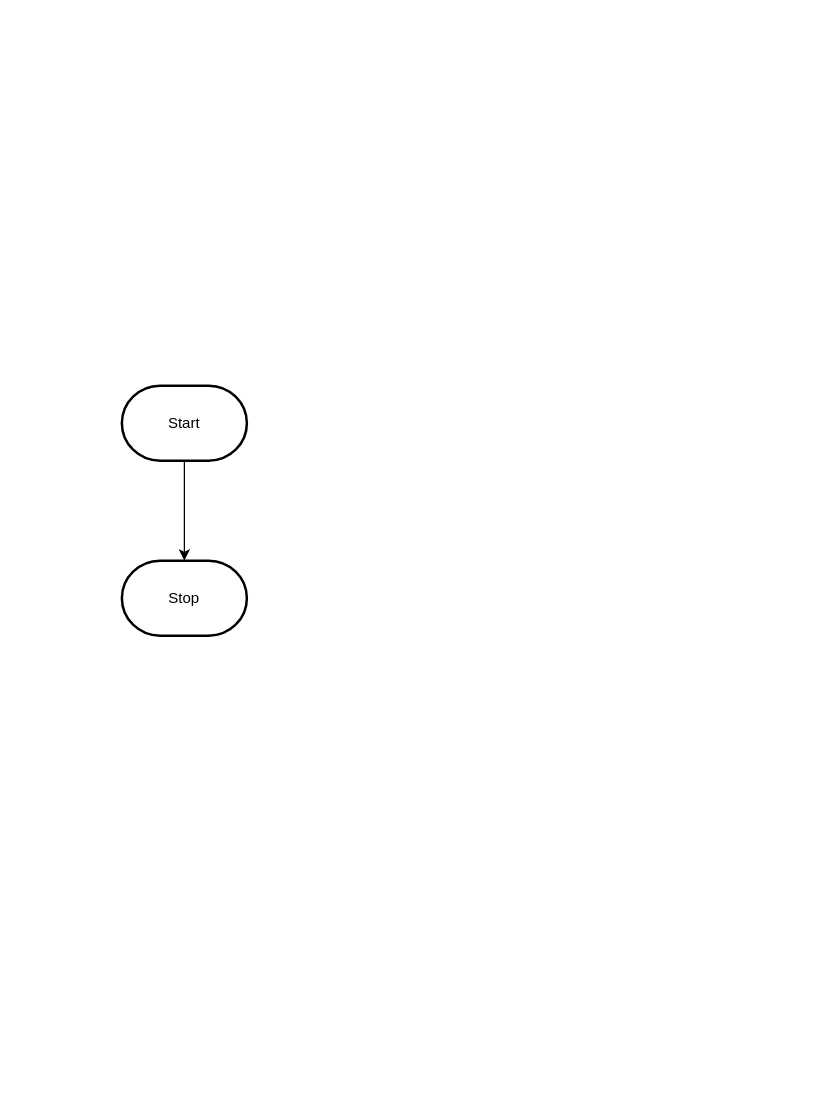
Earlier version of the draw.io diagram design/flowchart.drawio (MTHS-ICS2O-2-2022/ics2o---unit-5-05-alyssia-fung). Source tidied: cells renumbered, new cells numbered last; positions are measured from the earlier drawing's top-left corner, leaving out a move shared by most shapes. Both pictures are drawn from the tidied source at 125%, with x=0, y=0 at pixel (121, 385).
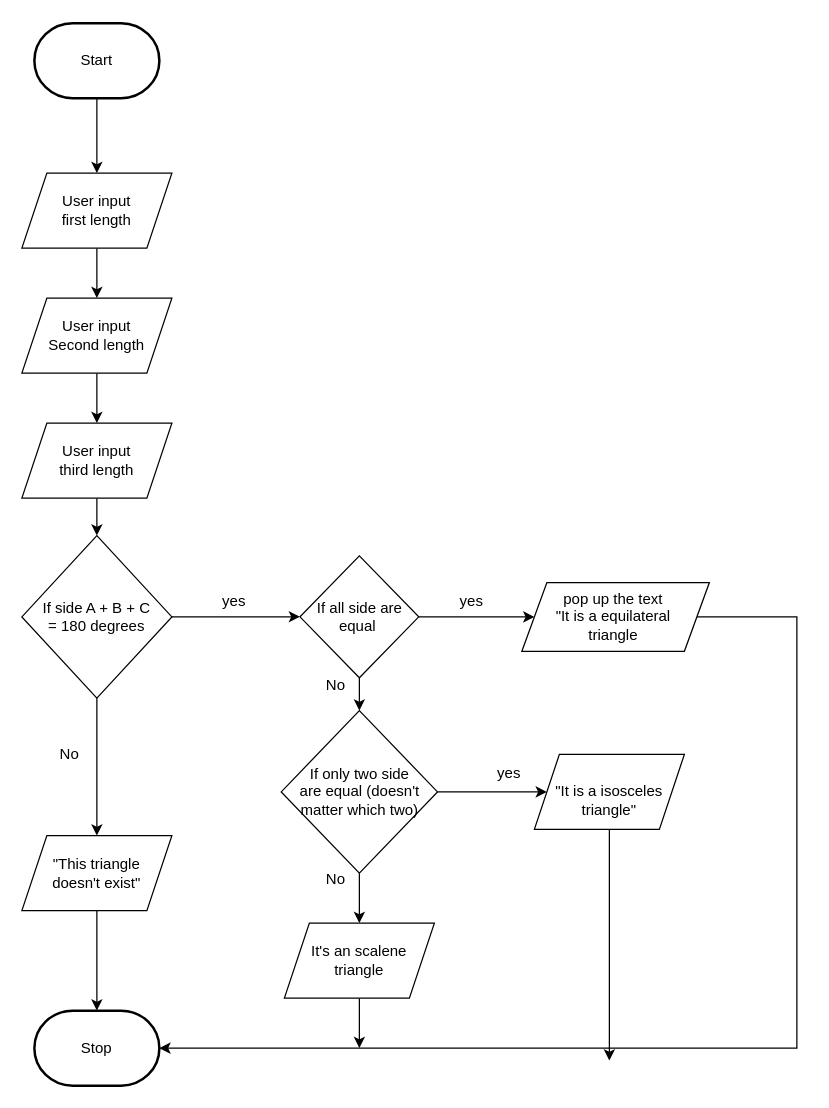
Above is the later version.

What changed in the source:
```diff
@@
-    <mxCell id="2" style="edgeStyle=orthogonalEdgeStyle;html=1;rounded=0;" parent="1" edge="1" source="3" target="4">
-      <mxGeometry relative="1" as="geometry" />
-    </mxCell>
+    <mxCell id="5" style="edgeStyle=none;html=1;" parent="1" edge="1" source="3" target="2">
+      <mxGeometry relative="1" as="geometry" />
+    </mxCell>
     <mxCell id="3" value="Start" style="strokeWidth=2;html=1;shape=mxgraph.flowchart.terminator;whiteSpace=wrap;" parent="1" vertex="1">
-      <mxGeometry width="100" height="60" as="geometry" />
+      <mxGeometry x="-70" y="-290" width="100" height="60" as="geometry" />
     </mxCell>
     <mxCell id="4" value="Stop" style="strokeWidth=2;html=1;shape=mxgraph.flowchart.terminator;whiteSpace=wrap;" parent="1" vertex="1">
-      <mxGeometry y="140" width="100" height="60" as="geometry" />
+      <mxGeometry x="-70" y="500" width="100" height="60" as="geometry" />
     </mxCell>
+    <mxCell id="6" style="edgeStyle=none;html=1;entryX=0.5;entryY=0;entryDx=0;entryDy=0;" parent="1" edge="1" source="2" target="8">
+      <mxGeometry relative="1" as="geometry" />
+    </mxCell>
+    <mxCell id="2" value="User input &lt;br&gt;first length" style="shape=parallelogram;perimeter=parallelogramPerimeter;whiteSpace=wrap;html=1;fixedSize=1;" parent="1" vertex="1">
+      <mxGeometry x="-80" y="-170" width="120" height="60" as="geometry" />
+    </mxCell>
+    <mxCell id="7" style="edgeStyle=none;html=1;" parent="1" edge="1" source="8" target="10">
+      <mxGeometry relative="1" as="geometry" />
+    </mxCell>
+    <mxCell id="8" value="User input&lt;br&gt;Second length" style="shape=parallelogram;perimeter=parallelogramPerimeter;whiteSpace=wrap;html=1;fixedSize=1;" parent="1" vertex="1">
+      <mxGeometry x="-80" y="-70" width="120" height="60" as="geometry" />
+    </mxCell>
+    <mxCell id="9" style="edgeStyle=none;html=1;entryX=0.5;entryY=0;entryDx=0;entryDy=0;" parent="1" edge="1" source="10" target="13">
+      <mxGeometry relative="1" as="geometry" />
+    </mxCell>
+    <mxCell id="10" value="User input&lt;br&gt;third length" style="shape=parallelogram;perimeter=parallelogramPerimeter;whiteSpace=wrap;html=1;fixedSize=1;" parent="1" vertex="1">
+      <mxGeometry x="-80" y="30" width="120" height="60" as="geometry" />
+    </mxCell>
+    <mxCell id="11" style="edgeStyle=none;html=1;entryX=0.5;entryY=0;entryDx=0;entryDy=0;" parent="1" edge="1" source="13" target="15">
+      <mxGeometry relative="1" as="geometry" />
+    </mxCell>
+    <mxCell id="12" style="edgeStyle=orthogonalEdgeStyle;rounded=0;html=1;entryX=0;entryY=0.5;entryDx=0;entryDy=0;" parent="1" edge="1" source="13" target="24">
+      <mxGeometry relative="1" as="geometry" />
+    </mxCell>
+    <mxCell id="13" value="If side A + B + C &lt;br&gt;= 180 degrees" style="rhombus;whiteSpace=wrap;html=1;" parent="1" vertex="1">
+      <mxGeometry x="-80" y="120" width="120" height="130" as="geometry" />
+    </mxCell>
+    <mxCell id="14" style="edgeStyle=none;html=1;" parent="1" edge="1" source="15" target="4">
+      <mxGeometry relative="1" as="geometry" />
+    </mxCell>
+    <mxCell id="15" value="&quot;This triangle &lt;br&gt;doesn't exist&quot;" style="shape=parallelogram;perimeter=parallelogramPerimeter;whiteSpace=wrap;html=1;fixedSize=1;" parent="1" vertex="1">
+      <mxGeometry x="-80" y="360" width="120" height="60" as="geometry" />
+    </mxCell>
+    <mxCell id="16" value="No&amp;nbsp;" style="text;html=1;strokeColor=none;fillColor=none;align=center;verticalAlign=middle;whiteSpace=wrap;rounded=0;" parent="1" vertex="1">
+      <mxGeometry x="-70" y="280" width="60" height="30" as="geometry" />
+    </mxCell>
+    <mxCell id="17" style="edgeStyle=orthogonalEdgeStyle;rounded=0;html=1;entryX=1;entryY=0.5;entryDx=0;entryDy=0;entryPerimeter=0;" parent="1" edge="1" source="18" target="4">
+      <mxGeometry relative="1" as="geometry">
+        <Array as="points">
+          <mxPoint x="540" y="185" />
+          <mxPoint x="540" y="530" />
+        </Array>
+      </mxGeometry>
+    </mxCell>
+    <mxCell id="18" value="pop up the text&amp;nbsp;&lt;br&gt;&quot;It is a equilateral&amp;nbsp;&lt;br&gt;triangle&amp;nbsp;" style="shape=parallelogram;perimeter=parallelogramPerimeter;whiteSpace=wrap;html=1;fixedSize=1;" parent="1" vertex="1">
+      <mxGeometry x="320" y="157.5" width="150" height="55" as="geometry" />
+    </mxCell>
+    <mxCell id="19" style="edgeStyle=orthogonalEdgeStyle;rounded=0;html=1;" parent="1" edge="1" source="21" target="28">
+      <mxGeometry relative="1" as="geometry" />
+    </mxCell>
+    <mxCell id="20" style="edgeStyle=orthogonalEdgeStyle;rounded=0;html=1;" parent="1" edge="1" source="21" target="32">
+      <mxGeometry relative="1" as="geometry" />
+    </mxCell>
+    <mxCell id="21" value="If only two side &lt;br&gt;are equal (doesn't &lt;br&gt;matter which two)" style="rhombus;whiteSpace=wrap;html=1;" parent="1" vertex="1">
+      <mxGeometry x="127.5" y="260" width="125" height="130" as="geometry" />
+    </mxCell>
+    <mxCell id="22" style="edgeStyle=orthogonalEdgeStyle;rounded=0;html=1;" parent="1" edge="1" source="24" target="18">
+      <mxGeometry relative="1" as="geometry" />
+    </mxCell>
+    <mxCell id="23" style="edgeStyle=orthogonalEdgeStyle;rounded=0;html=1;" parent="1" edge="1" source="24">
+      <mxGeometry relative="1" as="geometry">
+        <mxPoint x="190" y="260" as="targetPoint" />
+      </mxGeometry>
+    </mxCell>
+    <mxCell id="24" value="If all side are equal&amp;nbsp;" style="rhombus;whiteSpace=wrap;html=1;" parent="1" vertex="1">
+      <mxGeometry x="142.5" y="136.2" width="95" height="97.5" as="geometry" />
+    </mxCell>
+    <mxCell id="25" value="yes" style="text;html=1;strokeColor=none;fillColor=none;align=center;verticalAlign=middle;whiteSpace=wrap;rounded=0;" parent="1" vertex="1">
+      <mxGeometry x="60" y="157.5" width="60" height="30" as="geometry" />
+    </mxCell>
+    <mxCell id="26" value="yes" style="text;html=1;strokeColor=none;fillColor=none;align=center;verticalAlign=middle;whiteSpace=wrap;rounded=0;" parent="1" vertex="1">
+      <mxGeometry x="250" y="157.5" width="60" height="30" as="geometry" />
+    </mxCell>
+    <mxCell id="27" style="edgeStyle=orthogonalEdgeStyle;rounded=0;html=1;" parent="1" edge="1" source="28">
+      <mxGeometry relative="1" as="geometry">
+        <mxPoint x="190" y="530" as="targetPoint" />
+      </mxGeometry>
+    </mxCell>
+    <mxCell id="28" value="It's an scalene triangle" style="shape=parallelogram;perimeter=parallelogramPerimeter;whiteSpace=wrap;html=1;fixedSize=1;" parent="1" vertex="1">
+      <mxGeometry x="130" y="430" width="120" height="60" as="geometry" />
+    </mxCell>
+    <mxCell id="29" value="No&amp;nbsp;" style="text;html=1;strokeColor=none;fillColor=none;align=center;verticalAlign=middle;whiteSpace=wrap;rounded=0;" parent="1" vertex="1">
+      <mxGeometry x="142.5" y="225" width="60" height="30" as="geometry" />
+    </mxCell>
+    <mxCell id="30" value="No&amp;nbsp;" style="text;html=1;strokeColor=none;fillColor=none;align=center;verticalAlign=middle;whiteSpace=wrap;rounded=0;" parent="1" vertex="1">
+      <mxGeometry x="142.5" y="380" width="60" height="30" as="geometry" />
+    </mxCell>
+    <mxCell id="31" style="edgeStyle=orthogonalEdgeStyle;rounded=0;html=1;" parent="1" edge="1" source="32">
+      <mxGeometry relative="1" as="geometry">
+        <mxPoint x="390" y="540" as="targetPoint" />
+      </mxGeometry>
+    </mxCell>
+    <mxCell id="32" value="&lt;br&gt;&quot;It is a isosceles triangle&quot;" style="shape=parallelogram;perimeter=parallelogramPerimeter;whiteSpace=wrap;html=1;fixedSize=1;" parent="1" vertex="1">
+      <mxGeometry x="330" y="295" width="120" height="60" as="geometry" />
+    </mxCell>
+    <mxCell id="33" value="yes" style="text;html=1;strokeColor=none;fillColor=none;align=center;verticalAlign=middle;whiteSpace=wrap;rounded=0;" parent="1" vertex="1">
+      <mxGeometry x="280" y="295" width="60" height="30" as="geometry" />
+    </mxCell>
```
